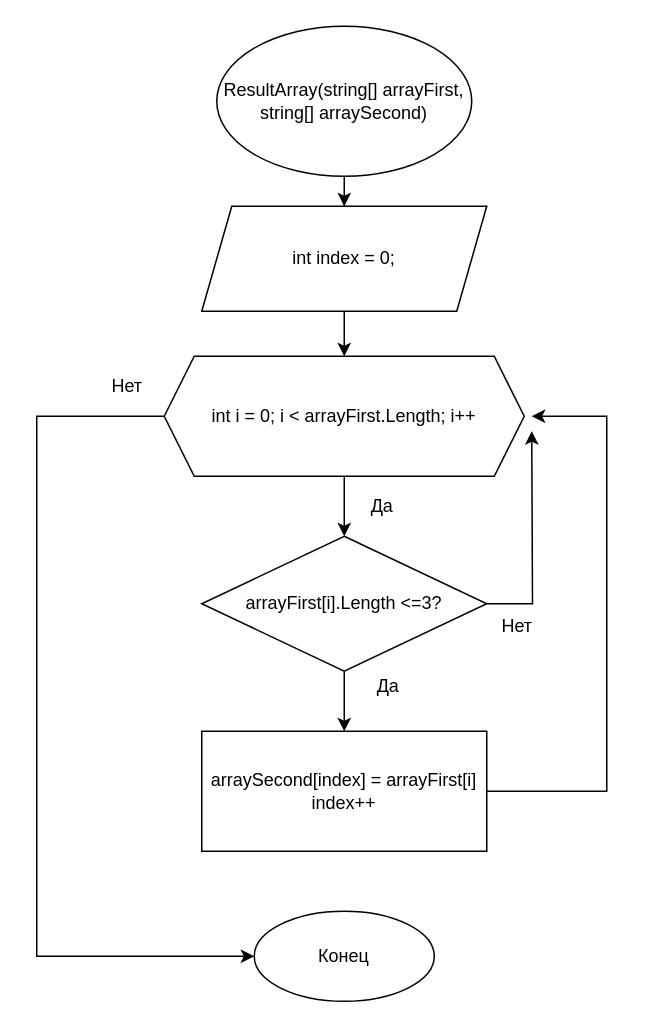
Before: BlockScheme/Блок-схема решения задачи.drawio in TrofimTakoiOdin/ModuleOutcomes, a draw.io diagram. Source tidied: cells renumbered, new cells numbered last; positions are measured from the earlier drawing's top-left corner, leaving out a move shared by most shapes. Both pictures are drawn from the tidied source at 150%, with x=0, y=0 at pixel (36, 26).
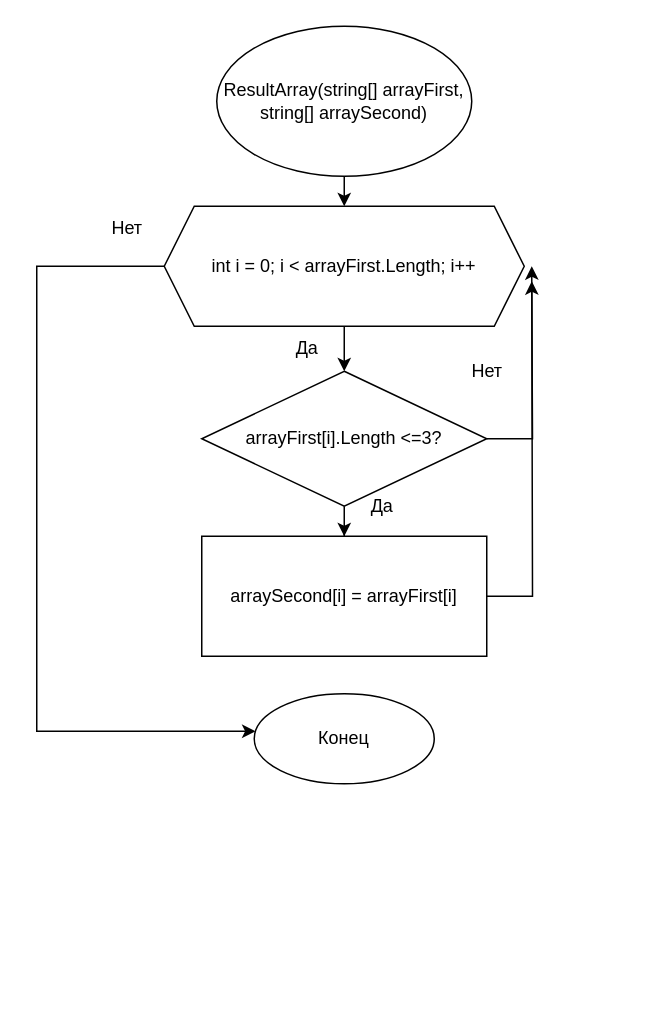
Above is the later version.

Commit message (it also covers changes not shown here):
changed block-scheme

The change refers to these unchanged cells:
```xml
<mxCell id="3" value="ResultArray(string[] arrayFirst, string[] arraySecond)" style="ellipse;whiteSpace=wrap;html=1;" parent="1" vertex="1">
  <mxGeometry x="120" width="170" height="100" as="geometry" />
</mxCell>
```

Diff of the diagram source:
```diff
@@
-    <mxCell id="2" style="edgeStyle=orthogonalEdgeStyle;rounded=0;jettySize=auto;html=1;" parent="1" edge="1" source="3" target="5">
-      <mxGeometry relative="1" as="geometry" />
+    <mxCell id="2" style="edgeStyle=orthogonalEdgeStyle;rounded=0;jettySize=auto;html=1;" parent="1" edge="1" source="3">
+      <mxGeometry relative="1" as="geometry">
+        <mxPoint x="205" y="120" as="targetPoint" />
+      </mxGeometry>
     </mxCell>
@@
-    <mxCell id="4" style="edgeStyle=orthogonalEdgeStyle;rounded=0;jettySize=auto;html=1;" parent="1" edge="1" source="5" target="8">
-      <mxGeometry relative="1" as="geometry" />
-    </mxCell>
-    <mxCell id="5" value="int index = 0;" style="shape=parallelogram;perimeter=parallelogramPerimeter;whiteSpace=wrap;html=1;fixedSize=1;" parent="1" vertex="1">
-      <mxGeometry x="110" y="120" width="190" height="70" as="geometry" />
-    </mxCell>
@@
     <mxCell id="7" style="edgeStyle=orthogonalEdgeStyle;rounded=0;jettySize=auto;html=1;" parent="1" edge="1" source="8" target="14">
       <mxGeometry relative="1" as="geometry">
         <Array as="points">
-          <mxPoint y="260" />
-          <mxPoint y="620" />
+          <mxPoint y="160" />
+          <mxPoint y="470" />
         </Array>
       </mxGeometry>
     </mxCell>
     <mxCell id="8" value="int i = 0; i &amp;lt; arrayFirst.Length; i++" style="shape=hexagon;perimeter=hexagonPerimeter2;whiteSpace=wrap;html=1;fixedSize=1;" parent="1" vertex="1">
-      <mxGeometry x="85" y="220" width="240" height="80" as="geometry" />
+      <mxGeometry x="85" y="120" width="240" height="80" as="geometry" />
     </mxCell>
@@
-    <mxCell id="10" style="edgeStyle=orthogonalEdgeStyle;rounded=0;jettySize=auto;html=1;" parent="1" edge="1" source="11">
-      <mxGeometry relative="1" as="geometry">
-        <mxPoint x="330" y="270" as="targetPoint" />
-      </mxGeometry>
-    </mxCell>
+    <mxCell id="19" style="edgeStyle=orthogonalEdgeStyle;rounded=0;jettySize=auto;html=1;exitX=1;exitY=0.5;exitDx=0;exitDy=0;" parent="1" edge="1" source="11">
+      <mxGeometry relative="1" as="geometry">
+        <mxPoint x="330" y="170" as="targetPoint" />
+      </mxGeometry>
+    </mxCell>
     <mxCell id="11" value="arrayFirst[i].Length &amp;lt;=3?" style="rhombus;whiteSpace=wrap;html=1;" parent="1" vertex="1">
-      <mxGeometry x="110" y="340" width="190" height="90" as="geometry" />
+      <mxGeometry x="110" y="230" width="190" height="90" as="geometry" />
     </mxCell>
-    <mxCell id="12" style="edgeStyle=orthogonalEdgeStyle;rounded=0;jettySize=auto;html=1;exitX=1;exitY=0.5;exitDx=0;exitDy=0;" parent="1" edge="1" source="13">
-      <mxGeometry relative="1" as="geometry">
-        <mxPoint x="330" y="260" as="targetPoint" />
-        <Array as="points">
-          <mxPoint x="380" y="510" />
-          <mxPoint x="380" y="260" />
-        </Array>
-      </mxGeometry>
-    </mxCell>
+    <mxCell id="20" style="edgeStyle=orthogonalEdgeStyle;rounded=0;jettySize=auto;html=1;" parent="1" edge="1" source="13">
+      <mxGeometry relative="1" as="geometry">
+        <mxPoint x="330" y="160" as="targetPoint" />
+      </mxGeometry>
+    </mxCell>
-    <mxCell id="13" value="arraySecond[index] = arrayFirst[i]&lt;br&gt;index++" style="whiteSpace=wrap;html=1;" parent="1" vertex="1">
-      <mxGeometry x="110" y="470" width="190" height="80" as="geometry" />
+    <mxCell id="13" value="arraySecond[i] = arrayFirst[i]&lt;br&gt;" style="whiteSpace=wrap;html=1;" parent="1" vertex="1">
+      <mxGeometry x="110" y="340" width="190" height="80" as="geometry" />
     </mxCell>
     <mxCell id="14" value="Конец" style="ellipse;whiteSpace=wrap;html=1;" parent="1" vertex="1">
-      <mxGeometry x="145" y="590" width="120" height="60" as="geometry" />
+      <mxGeometry x="145" y="445" width="120" height="60" as="geometry" />
     </mxCell>
@@
     <mxCell id="16" value="Да" style="text;html=1;align=center;verticalAlign=middle;strokeColor=none;fillColor=none;" parent="1" vertex="1">
-      <mxGeometry x="214" y="425" width="40" height="30" as="geometry" />
+      <mxGeometry x="160" y="200" width="40" height="30" as="geometry" />
     </mxCell>
     <mxCell id="17" value="Нет" style="text;html=1;align=center;verticalAlign=middle;strokeColor=none;fillColor=none;" parent="1" vertex="1">
-      <mxGeometry x="300" y="385" width="40" height="30" as="geometry" />
+      <mxGeometry x="280" y="215" width="40" height="30" as="geometry" />
     </mxCell>
     <mxCell id="18" value="Нет" style="text;html=1;align=center;verticalAlign=middle;strokeColor=none;fillColor=none;" parent="1" vertex="1">
-      <mxGeometry x="40" y="225" width="40" height="30" as="geometry" />
+      <mxGeometry x="40" y="120" width="40" height="30" as="geometry" />
     </mxCell>
```
